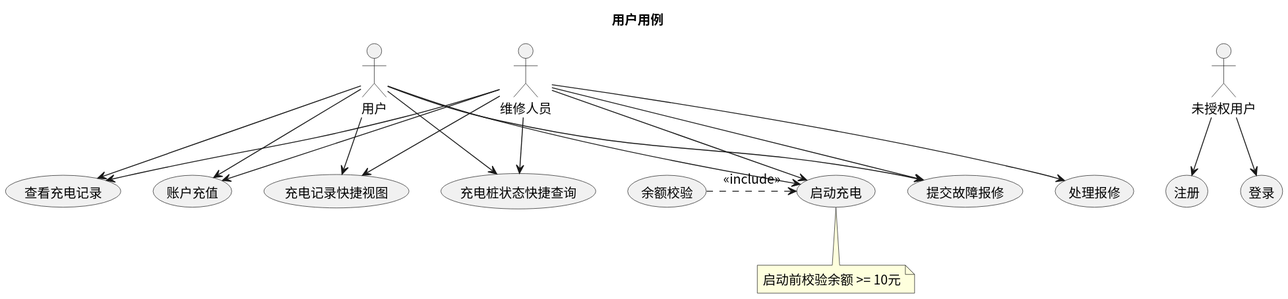
Above: usecase/docs/overview/img/user_usecases.svg in greenhandzdl/charging-station-doc (PlantUML), before the change. The source it was exported from:
```plantuml
@startuml
skinparam defaultFontName "Noto Sans CJK SC"
skinparam defaultFontSize 14
title 用户用例
skinparam useCaseShape rectangle

actor "未授权用户" as G
actor "用户" as U
actor "维修人员" as M

usecase "注册" as REG
usecase "登录" as LOG
usecase "账户充值" as RCH
usecase "启动充电" as CS
usecase "余额校验" as BAL
usecase "查看充电记录" as VCR
usecase "提交故障报修" as SRT
usecase "处理报修" as HR
usecase "充电记录快捷视图" as QV
usecase "充电桩状态快捷查询" as QC

G --> REG
G --> LOG
U --> RCH
U --> CS
U --> VCR
U --> SRT
U --> QV
U --> QC
M --> RCH
M --> CS
M --> VCR
M --> SRT
M --> HR
M --> QV
M --> QC

CS <.left. BAL : <<include>>
note bottom of CS : 启动前校验余额 >= 10元
@enduml
```
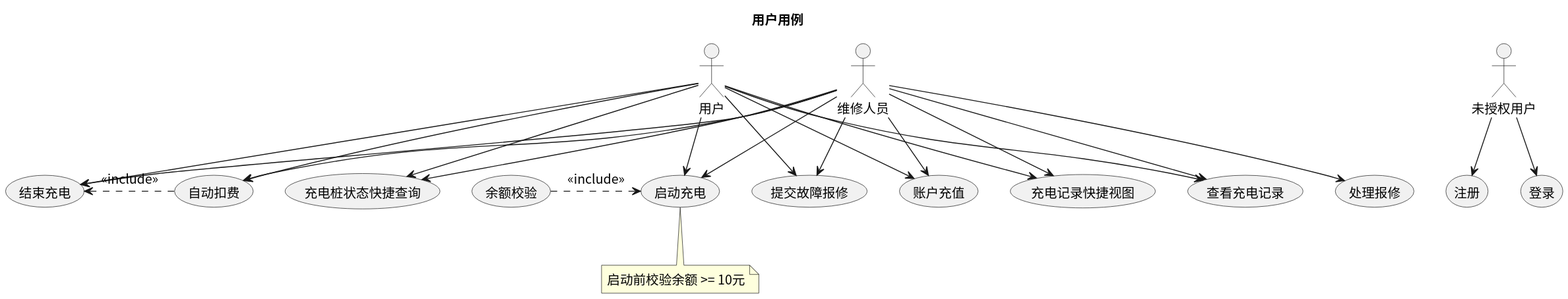
After the commit.

Diff of the diagram source:
```diff
@@ -13,6 +13,8 @@
 usecase "账户充值" as RCH
 usecase "启动充电" as CS
 usecase "余额校验" as BAL
+usecase "结束充电" as EC
+usecase "自动扣费" as AD
 usecase "查看充电记录" as VCR
 usecase "提交故障报修" as SRT
 usecase "处理报修" as HR
@@ -23,12 +25,16 @@
 G --> LOG
 U --> RCH
 U --> CS
+U --> EC
+U --> AD
 U --> VCR
 U --> SRT
 U --> QV
 U --> QC
 M --> RCH
 M --> CS
+M --> EC
+M --> AD
 M --> VCR
 M --> SRT
 M --> HR
@@ -37,4 +43,5 @@
 
 CS <.left. BAL : <<include>>
 note bottom of CS : 启动前校验余额 >= 10元
+EC <.right. AD : <<include>>
 @enduml
```
